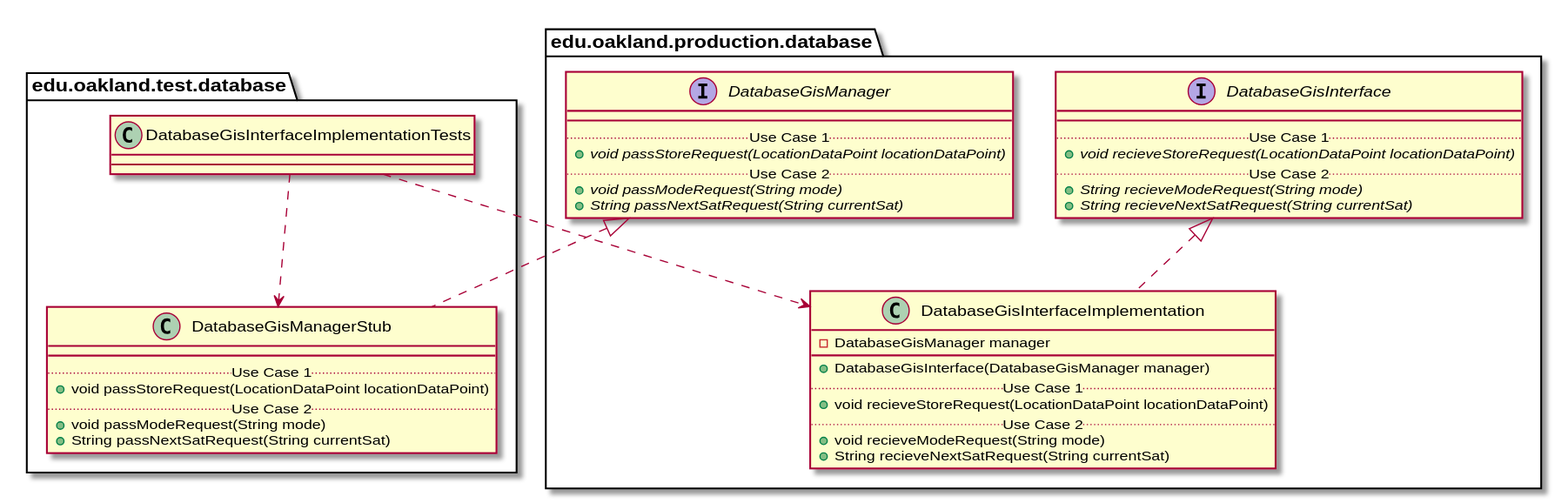
Before: docs/uml-class-diagrams/database/test/DatabaseGisInterfaceImplementationTests/DatabaseGisInterfaceImplementationTests_Closure.svg, a diagram exported from PlantUML (elilley15/csi-3370-software-project).
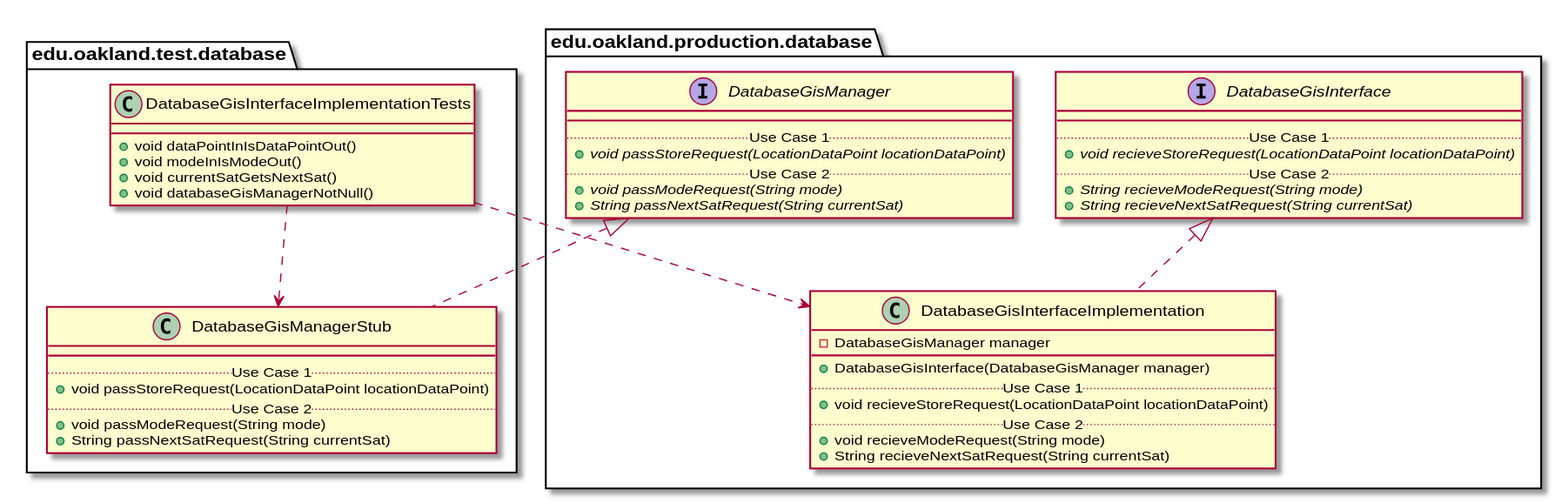
The same diagram one commit later.

The edit, as a diff of the source:
```diff
@@ -3,7 +3,10 @@
 
 package edu.oakland.test.database {
     class DatabaseGisInterfaceImplementationTests {
-
+        + void dataPointInIsDataPointOut()
+        + void modeInIsModeOut()
+        + void currentSatGetsNextSat()
+        + void databaseGisManagerNotNull()
     }
 }
 
```
